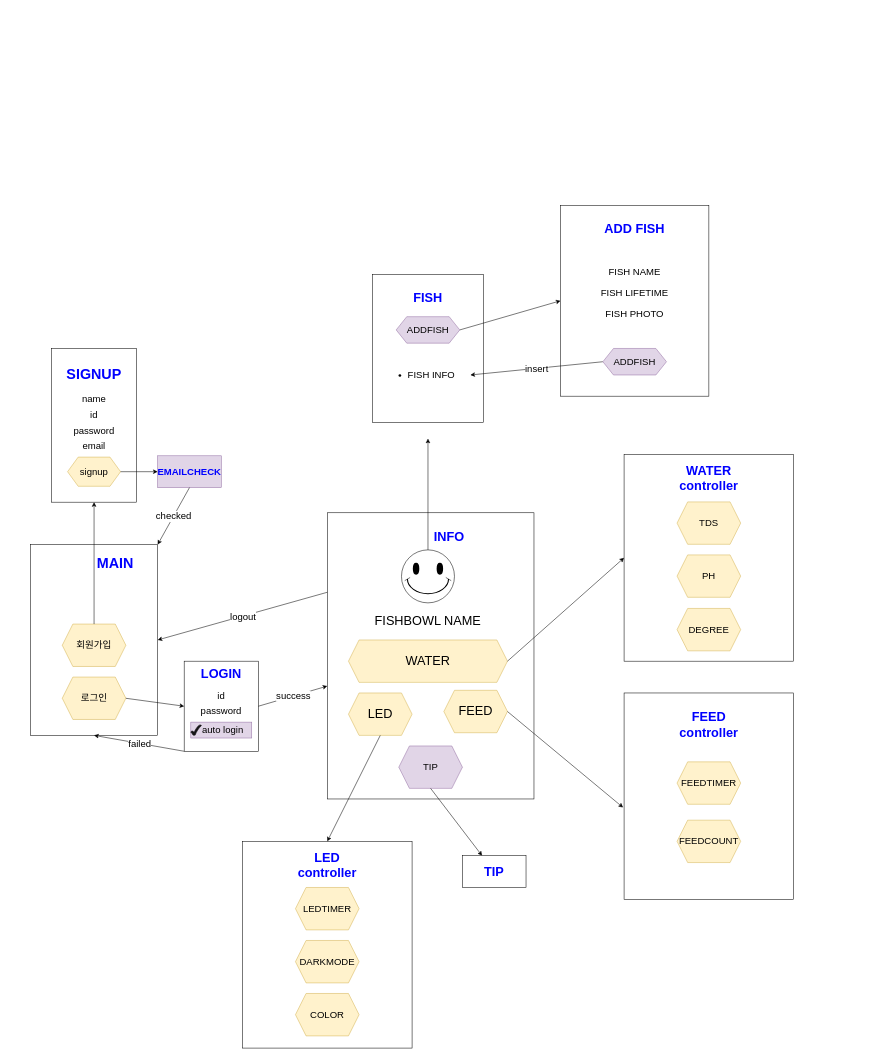
This is Project_Document/webpagediagram.drawio from Kim-CheolHee/Project_Team_One, a draw.io file, before an edit. Source tidied: cells renumbered, new cells numbered last; positions are measured from the earlier drawing's top-left corner, leaving out a move shared by most shapes. Both pictures are drawn from the tidied source at 53%, with x=0, y=0 at pixel (30, 205).
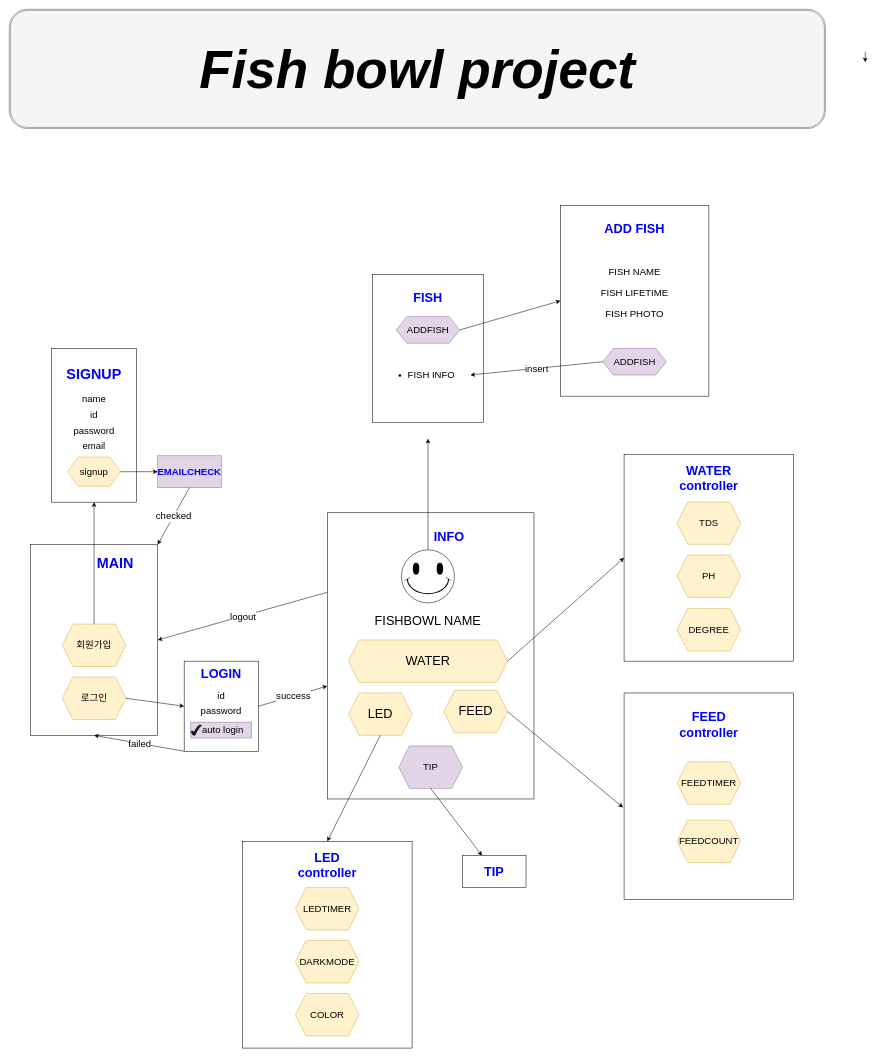
The same page after the edit.

Commit message:
웹페이지 구상도 찐찐찐최종본

Change to the diagram source:
```diff
@@
+    <mxCell id="80" style="shape=ext;double=1;rounded=1;whiteSpace=wrap;html=1;strokeColor=#666666;fontSize=72;fontColor=#333333;fillColor=#f5f5f5;" parent="1" vertex="1">
+      <mxGeometry x="-40" y="-370" width="1540" height="225" as="geometry" />
+    </mxCell>
@@
+    <mxCell id="81" style="edgeStyle=orthogonalEdgeStyle;rounded=0;orthogonalLoop=1;jettySize=auto;html=1;fontSize=28;fontColor=#0000FF;" parent="1" edge="1">
+      <mxGeometry relative="1" as="geometry">
+        <mxPoint x="1575" y="-290" as="sourcePoint" />
+        <mxPoint x="1575" y="-270" as="targetPoint" />
+      </mxGeometry>
+    </mxCell>
+    <mxCell id="82" value="&lt;font size=&quot;1&quot; style=&quot;&quot; color=&quot;#000000&quot;&gt;&lt;b style=&quot;font-size: 100px;&quot;&gt;&lt;i&gt;Fish bowl project&lt;/i&gt;&lt;/b&gt;&lt;/font&gt;" style="text;html=1;strokeColor=none;fillColor=none;align=center;verticalAlign=middle;whiteSpace=wrap;rounded=0;fontSize=28;fontColor=#0000FF;" parent="1" vertex="1">
+      <mxGeometry x="145" y="-272.5" width="1170" height="30" as="geometry" />
+    </mxCell>
```
